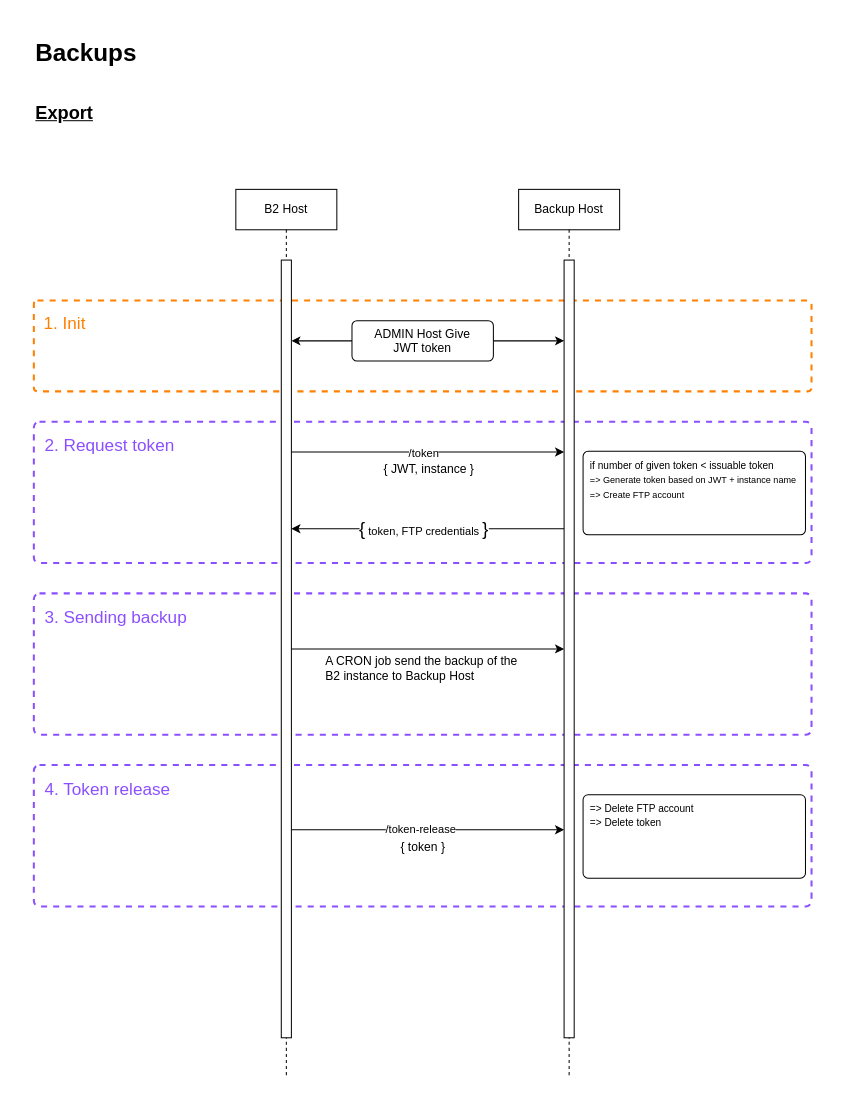
This is doc/Backups process.drawio from yesbabylon/b2, a draw.io file, before an edit. Source tidied: cells renumbered, new cells numbered last; positions are measured from the earlier drawing's top-left corner, leaving out a move shared by most shapes. Both pictures are drawn from the tidied source at 101%, with x=0, y=0 at pixel (33, 17).
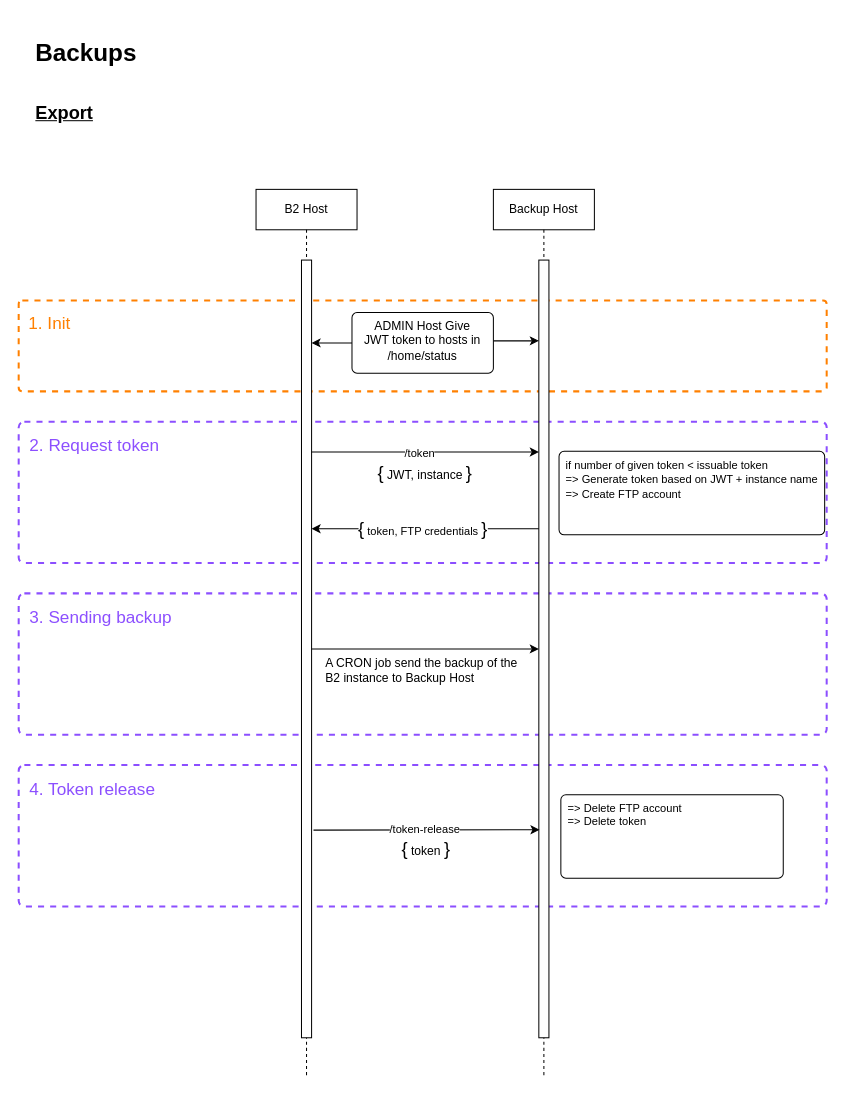
After the change.

Commit message (it also covers changes not shown here):
Added backup process diagram and images

The change refers to these unchanged cells:
```xml
<mxCell id="21" style="html=1;points=[];perimeter=orthogonalPerimeter;outlineConnect=0;targetShapes=umlLifeline;portConstraint=eastwest;newEdgeStyle={&quot;edgeStyle&quot;:&quot;elbowEdgeStyle&quot;,&quot;elbow&quot;:&quot;vertical&quot;,&quot;curved&quot;:0,&quot;rounded&quot;:0};fillColor=default;" parent="20" vertex="1">
  <mxGeometry x="45" y="70" width="10" height="770" as="geometry" />
</mxCell>
<mxCell id="23" style="html=1;points=[];perimeter=orthogonalPerimeter;outlineConnect=0;targetShapes=umlLifeline;portConstraint=eastwest;newEdgeStyle={&quot;edgeStyle&quot;:&quot;elbowEdgeStyle&quot;,&quot;elbow&quot;:&quot;vertical&quot;,&quot;curved&quot;:0,&quot;rounded&quot;:0};" parent="22" vertex="1">
  <mxGeometry x="45" y="70" width="10" height="770" as="geometry" />
</mxCell>
```

Change to the diagram source:
```diff
@@
     <mxCell id="2" style="group;" parent="1" vertex="1">
-      <mxGeometry y="740" width="770" height="140" as="geometry" />
+      <mxGeometry x="-15" y="740" width="800" height="140" as="geometry" />
     </mxCell>
     <mxCell id="3" style="whiteSpace=wrap;html=1;dashed=1;fillColor=none;strokeColor=#8C4FFF;strokeWidth=2;rounded=1;arcSize=4;" parent="2" vertex="1">
-      <mxGeometry width="770" height="140" as="geometry" />
+      <mxGeometry width="800" height="140" as="geometry" />
     </mxCell>
     <mxCell id="4" value="&lt;font color=&quot;#8c4fff&quot; style=&quot;font-size: 17px;&quot;&gt;4. Token release&lt;/font&gt;" style="text;strokeColor=none;align=left;fillColor=none;html=1;verticalAlign=middle;whiteSpace=wrap;rounded=0;" parent="2" vertex="1">
-      <mxGeometry x="8.7" y="2" width="144.2" height="46.7" as="geometry" />
+      <mxGeometry x="9" y="2" width="149.9" height="46.7" as="geometry" />
     </mxCell>
-    <mxCell id="5" value="{ token }" style="text;html=1;align=center;verticalAlign=middle;strokeColor=none;fillColor=none;" parent="2" vertex="1">
-      <mxGeometry x="350" y="67" width="70" height="30" as="geometry" />
+    <mxCell id="5" value="&lt;font style=&quot;font-size: 18px;&quot;&gt;{&lt;/font&gt; token &lt;font style=&quot;font-size: 18px;&quot;&gt;}&lt;/font&gt;" style="text;html=1;align=center;verticalAlign=middle;strokeColor=none;fillColor=none;" parent="2" vertex="1">
+      <mxGeometry x="367.6" y="64" width="70" height="40" as="geometry" />
     </mxCell>
-    <mxCell id="6" style="edgeStyle=elbowEdgeStyle;rounded=0;orthogonalLoop=1;jettySize=auto;html=1;elbow=vertical;curved=0;" parent="2" edge="1">
-      <mxGeometry relative="1" as="geometry">
-        <mxPoint x="250" y="64" as="sourcePoint" />
-        <mxPoint x="525" y="64" as="targetPoint" />
-      </mxGeometry>
-    </mxCell>
-    <mxCell id="7" value="/token-release" style="edgeLabel;html=1;align=center;verticalAlign=middle;" parent="6" vertex="1">
-      <mxGeometry x="-0.16" relative="1" as="geometry">
-        <mxPoint x="16" y="-1" as="offset" />
-      </mxGeometry>
-    </mxCell>
     <mxCell id="8" style="group;" parent="1" vertex="1">
-      <mxGeometry y="570" width="770" height="140" as="geometry" />
+      <mxGeometry x="-15" y="570" width="800" height="140" as="geometry" />
     </mxCell>
     <mxCell id="9" style="whiteSpace=wrap;html=1;dashed=1;fillColor=none;strokeColor=#8C4FFF;strokeWidth=2;rounded=1;arcSize=4;" parent="8" vertex="1">
-      <mxGeometry width="770" height="140" as="geometry" />
+      <mxGeometry width="800" height="140" as="geometry" />
     </mxCell>
     <mxCell id="10" value="&lt;font color=&quot;#8c4fff&quot; style=&quot;font-size: 17px;&quot;&gt;3. Sending backup&lt;/font&gt;" style="text;strokeColor=none;align=left;fillColor=none;html=1;verticalAlign=middle;whiteSpace=wrap;rounded=0;" parent="8" vertex="1">
-      <mxGeometry x="8.7" y="2" width="144.2" height="46.7" as="geometry" />
+      <mxGeometry x="9" y="2" width="149.9" height="46.7" as="geometry" />
     </mxCell>
     <mxCell id="11" value="A CRON job send the backup of the&lt;br&gt;B2 instance to Backup Host" style="text;html=1;align=left;verticalAlign=middle;strokeColor=none;fillColor=none;" parent="8" vertex="1">
-      <mxGeometry x="287" y="54" width="210" height="40" as="geometry" />
+      <mxGeometry x="302.2" y="56" width="210" height="40" as="geometry" />
     </mxCell>
     <mxCell id="12" style="group;" parent="1" vertex="1">
-      <mxGeometry y="400" width="770" height="140" as="geometry" />
+      <mxGeometry x="-15" y="400" width="800" height="140" as="geometry" />
     </mxCell>
     <mxCell id="13" style="whiteSpace=wrap;html=1;dashed=1;fillColor=none;strokeColor=#8C4FFF;strokeWidth=2;rounded=1;arcSize=4;" parent="12" vertex="1">
-      <mxGeometry width="770" height="140" as="geometry" />
+      <mxGeometry width="800" height="140" as="geometry" />
     </mxCell>
     <mxCell id="14" value="&lt;font color=&quot;#8c4fff&quot; style=&quot;font-size: 17px;&quot;&gt;2. Request token&lt;/font&gt;" style="text;strokeColor=none;align=left;fillColor=none;html=1;verticalAlign=middle;whiteSpace=wrap;rounded=0;" parent="12" vertex="1">
-      <mxGeometry x="8.7" y="2" width="144.2" height="46.7" as="geometry" />
+      <mxGeometry x="9" y="2" width="149.9" height="46.7" as="geometry" />
     </mxCell>
-    <mxCell id="15" value="{ JWT, instance }" style="text;html=1;align=center;verticalAlign=middle;strokeColor=none;fillColor=none;" parent="12" vertex="1">
-      <mxGeometry x="336.2" y="32.4" width="110" height="30" as="geometry" />
+    <mxCell id="15" value="&lt;font style=&quot;font-size: 18px;&quot;&gt;{&lt;/font&gt; JWT, instance &lt;font style=&quot;font-size: 18px;&quot;&gt;}&lt;/font&gt;" style="text;html=1;align=center;verticalAlign=middle;strokeColor=none;fillColor=none;" parent="12" vertex="1">
+      <mxGeometry x="342.3" y="31.4" width="120" height="40" as="geometry" />
     </mxCell>
-    <mxCell id="16" value="&lt;font style=&quot;font-size: 10px;&quot;&gt;if number of given token &amp;lt; issuable token&lt;br&gt;&lt;/font&gt;&lt;font style=&quot;font-size: 9px;&quot;&gt;=&amp;gt; Generate token based on JWT + instance name&lt;br&gt;=&amp;gt; Create FTP account&lt;/font&gt;" style="html=1;align=left;verticalAlign=top;rounded=1;absoluteArcSize=1;arcSize=10;dashed=0;whiteSpace=wrap;spacingLeft=5;" parent="12" vertex="1">
-      <mxGeometry x="543.8" y="29.4" width="220.2" height="82.6" as="geometry" />
+    <mxCell id="16" value="&lt;font style=&quot;font-size: 11px;&quot;&gt;&lt;font style=&quot;font-size: 11px;&quot;&gt;if number of given token &amp;lt; issuable token&lt;br&gt;&lt;/font&gt;&lt;font style=&quot;font-size: 11px;&quot;&gt;=&amp;gt; Generate token based on JWT + instance name&lt;br&gt;=&amp;gt; Create FTP account&lt;/font&gt;&lt;/font&gt;" style="html=1;align=left;verticalAlign=top;rounded=1;absoluteArcSize=1;arcSize=10;dashed=0;whiteSpace=wrap;spacingLeft=5;" parent="12" vertex="1">
+      <mxGeometry x="535" y="29.4" width="263" height="82.6" as="geometry" />
     </mxCell>
     <mxCell id="17" style="group;" parent="1" vertex="1">
-      <mxGeometry y="280" width="770" height="90" as="geometry" />
+      <mxGeometry x="-15" y="280" width="800" height="90" as="geometry" />
     </mxCell>
     <mxCell id="18" style="whiteSpace=wrap;html=1;dashed=1;fillColor=none;strokeColor=#FF8000;strokeWidth=2;rounded=1;arcSize=4;fontColor=#FF8000;" parent="17" vertex="1">
-      <mxGeometry width="770" height="90" as="geometry" />
+      <mxGeometry width="800" height="90" as="geometry" />
     </mxCell>
     <mxCell id="19" value="&lt;font color=&quot;#ff8000&quot; style=&quot;font-size: 17px;&quot;&gt;1. Init&lt;/font&gt;" style="text;strokeColor=none;align=left;fillColor=none;html=1;verticalAlign=middle;whiteSpace=wrap;rounded=0;" parent="17" vertex="1">
-      <mxGeometry x="7.6" y="9" width="65.1" height="30" as="geometry" />
+      <mxGeometry x="7.9" y="9" width="67.6" height="30" as="geometry" />
     </mxCell>
     <mxCell id="20" value="B2 Host" style="shape=umlLifeline;perimeter=lifelinePerimeter;whiteSpace=wrap;html=1;newEdgeStyle={&quot;edgeStyle&quot;:&quot;elbowEdgeStyle&quot;,&quot;elbow&quot;:&quot;vertical&quot;,&quot;curved&quot;:0,&quot;rounded&quot;:0};" parent="1" vertex="1">
-      <mxGeometry x="200" y="170" width="100" height="880" as="geometry" />
+      <mxGeometry x="220" y="170" width="100" height="880" as="geometry" />
     </mxCell>
@@
     <mxCell id="22" value="Backup Host" style="shape=umlLifeline;perimeter=lifelinePerimeter;whiteSpace=wrap;html=1;newEdgeStyle={&quot;edgeStyle&quot;:&quot;elbowEdgeStyle&quot;,&quot;elbow&quot;:&quot;vertical&quot;,&quot;curved&quot;:0,&quot;rounded&quot;:0};" parent="1" vertex="1">
-      <mxGeometry x="480" y="170" width="100" height="880" as="geometry" />
+      <mxGeometry x="455" y="170" width="100" height="880" as="geometry" />
     </mxCell>
@@
-    <mxCell id="26" value="ADMIN Host Give&lt;br&gt;JWT token" style="html=1;align=center;verticalAlign=top;rounded=1;absoluteArcSize=1;arcSize=10;dashed=0;whiteSpace=wrap;" parent="1" vertex="1">
-      <mxGeometry x="315" y="300" width="140" height="40" as="geometry" />
+    <mxCell id="26" value="ADMIN Host Give&lt;br&gt;JWT token to hosts in&lt;br&gt;/home/status" style="html=1;align=center;verticalAlign=top;rounded=1;absoluteArcSize=1;arcSize=10;dashed=0;whiteSpace=wrap;" parent="1" vertex="1">
+      <mxGeometry x="315" y="292" width="140" height="60" as="geometry" />
     </mxCell>
@@
-    <mxCell id="32" value="&lt;span style=&quot;font-size: 10px;&quot;&gt;=&amp;gt; Delete FTP account&lt;/span&gt;&lt;div&gt;&lt;span style=&quot;font-size: 10px;&quot;&gt;=&amp;gt; Delete token&lt;/span&gt;&lt;/div&gt;" style="html=1;align=left;verticalAlign=top;rounded=1;absoluteArcSize=1;arcSize=10;dashed=0;whiteSpace=wrap;spacingLeft=5;" parent="1" vertex="1">
-      <mxGeometry x="543.8" y="769.4" width="220.2" height="82.6" as="geometry" />
+    <mxCell id="32" value="&lt;font style=&quot;font-size: 11px;&quot;&gt;=&amp;gt; Delete FTP account&lt;/font&gt;&lt;div style=&quot;font-size: 11px;&quot;&gt;&lt;font style=&quot;font-size: 11px;&quot;&gt;=&amp;gt; Delete token&lt;/font&gt;&lt;/div&gt;" style="html=1;align=left;verticalAlign=top;rounded=1;absoluteArcSize=1;arcSize=10;dashed=0;whiteSpace=wrap;spacingLeft=5;" parent="1" vertex="1">
+      <mxGeometry x="521.8" y="769.4" width="220.2" height="82.6" as="geometry" />
     </mxCell>
@@
+    <mxCell id="6" style="edgeStyle=elbowEdgeStyle;rounded=0;jettySize=auto;html=1;elbow=vertical;curved=0;entryX=0.067;entryY=0.732;entryDx=0;entryDy=0;entryPerimeter=0;exitX=1.19;exitY=0.733;exitDx=0;exitDy=0;exitPerimeter=0;" parent="1" edge="1" source="21" target="23">
+      <mxGeometry relative="1" as="geometry" />
+    </mxCell>
+    <mxCell id="7" value="/token-release" style="edgeLabel;html=1;align=center;verticalAlign=middle;" parent="6" vertex="1">
+      <mxGeometry x="-0.16" relative="1" as="geometry">
+        <mxPoint x="16" y="-1" as="offset" />
+      </mxGeometry>
+    </mxCell>
```
